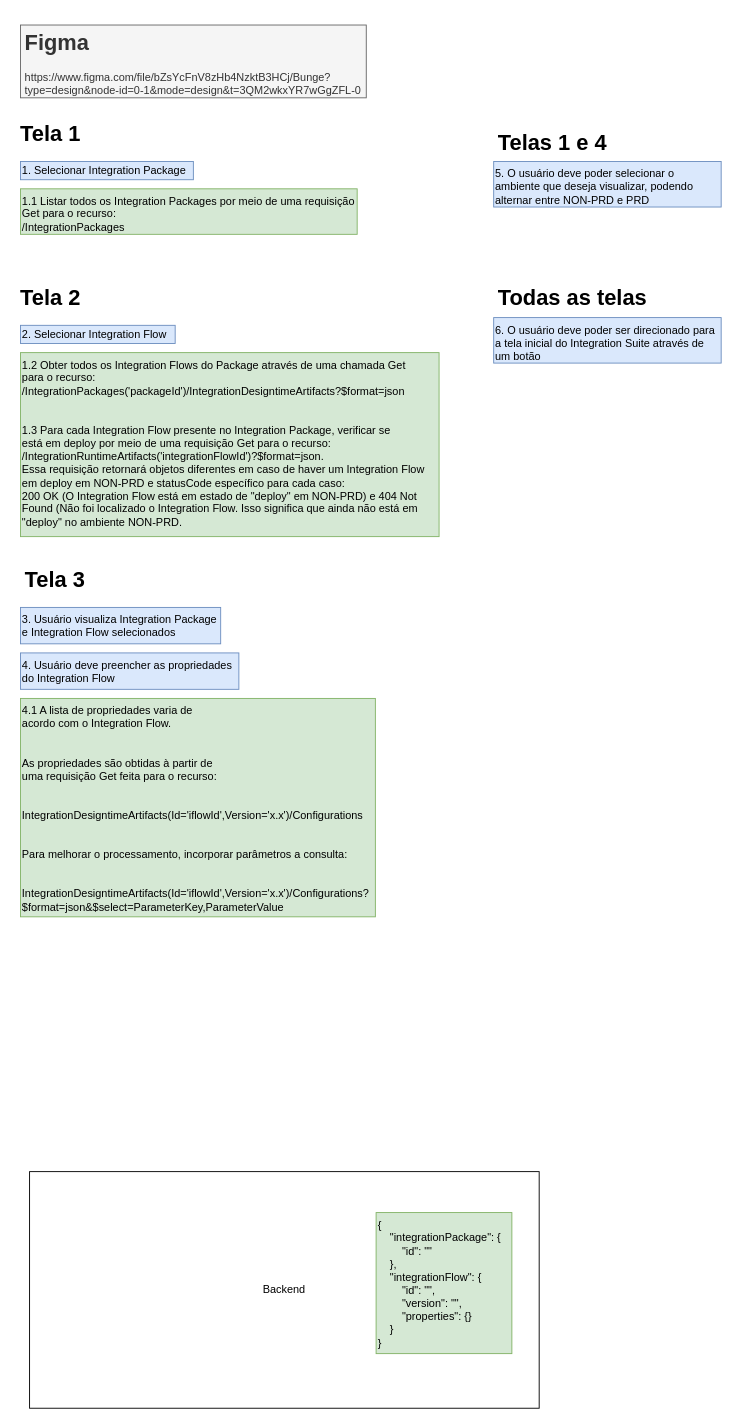
gabriel-rodrigues-f/sap-cloud-integration-architectural-diagrams keeps this draw.io diagram as page "Frontend UseCases" (3 of 5) of cpi-publisher-diagram.drawio. Above is the earlier version. Source tidied: cells renumbered, new cells numbered last; positions are measured from the earlier drawing's top-left corner, leaving out a move shared by most shapes. Both pictures are drawn from the tidied source at 91%, with x=0, y=0 at pixel (15, 25).
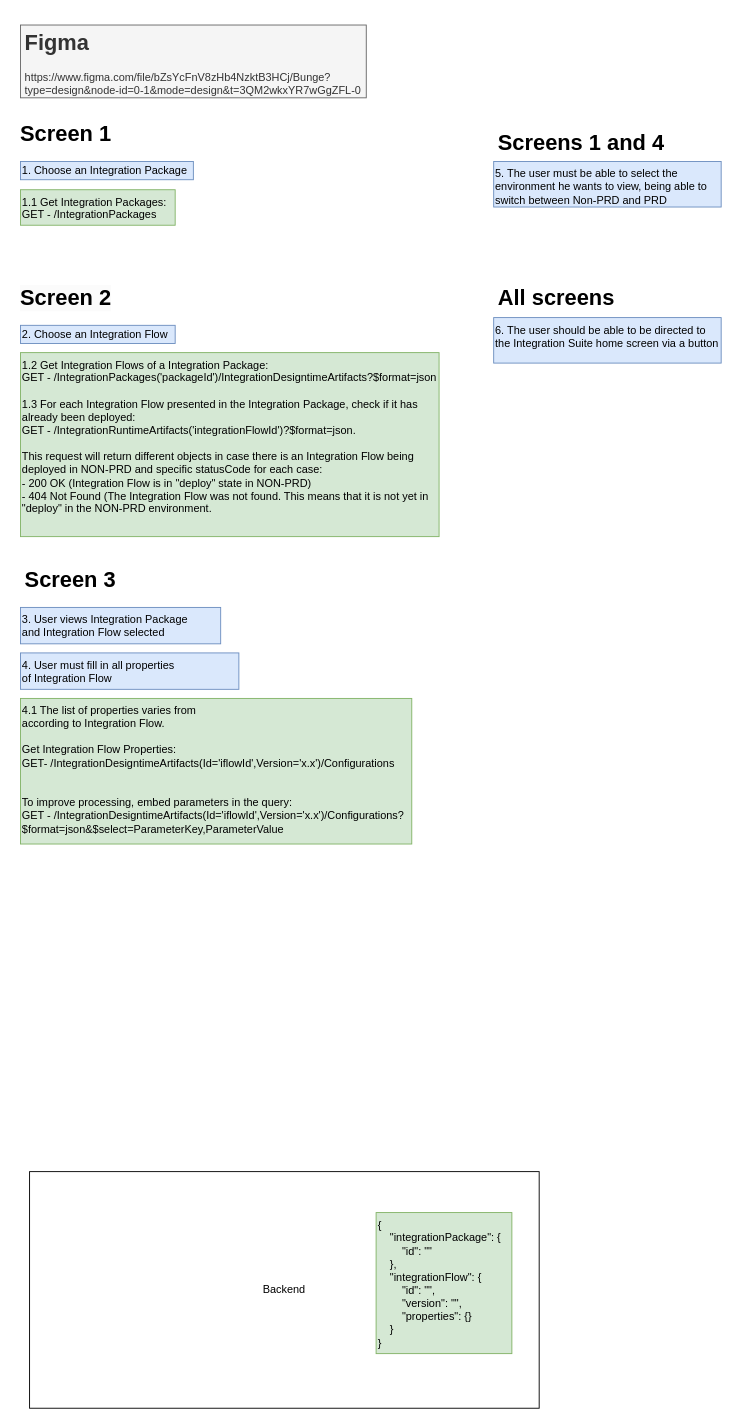
The same diagram, later.

Commit message (it also covers changes not shown here):
update integration usecases

Diff of the diagram source:
```diff
@@
 <mxGraphModel>
   <root>
     <mxCell id="0" />
     <mxCell id="1" parent="0" />
-    <mxCell id="2" value="1.1 Listar todos os Integration Packages por meio de uma requisição&#10;Get para o recurso:&#10;/IntegrationPackages" style="text;whiteSpace=wrap;fillColor=#d5e8d4;strokeColor=#82b366;" parent="1" vertex="1">
-      <mxGeometry x="5" y="180" width="370" height="50" as="geometry" />
+    <mxCell id="2" value="1.1 Get Integration Packages:&#10;GET - /IntegrationPackages" style="text;whiteSpace=wrap;fillColor=#d5e8d4;strokeColor=#82b366;" parent="1" vertex="1">
+      <mxGeometry x="5" y="181" width="170" height="39" as="geometry" />
     </mxCell>
-    <mxCell id="3" value="1.2 Obter todos os Integration Flows do Package através de uma chamada Get&#10;para o recurso:&#10;/IntegrationPackages('packageId')/IntegrationDesigntimeArtifacts?$format=json&#10;&#10;&#10;1.3 Para cada Integration Flow presente no Integration Package, verificar se&#10;está em deploy por meio de uma requisição Get para o recurso:&#10;/IntegrationRuntimeArtifacts('integrationFlowId')?$format=json.&#10;Essa requisição retornará objetos diferentes em caso de haver um Integration Flow em deploy em NON-PRD e statusCode específico para cada caso:&#10;200 OK (O Integration Flow está em estado de &quot;deploy&quot; em NON-PRD) e 404 Not Found (Não foi localizado o Integration Flow. Isso significa que ainda não está em &quot;deploy&quot; no ambiente NON-PRD.&#10;" style="text;whiteSpace=wrap;fillColor=#d5e8d4;strokeColor=#82b366;" parent="1" vertex="1">
+    <mxCell id="3" value="1.2 Get Integration Flows of a Integration Package:&#10;GET - /IntegrationPackages('packageId')/IntegrationDesigntimeArtifacts?$format=json&#10;&#10;1.3 For each Integration Flow presented in the Integration Package, check if it has already been deployed:&#10;GET - /IntegrationRuntimeArtifacts('integrationFlowId')?$format=json.&#10;&#10;This request will return different objects in case there is an Integration Flow being deployed in NON-PRD and specific statusCode for each case:&#10;- 200 OK (Integration Flow is in &quot;deploy&quot; state in NON-PRD)&#10;- 404 Not Found (The Integration Flow was not found. This means that it is not yet in &quot;deploy&quot; in the NON-PRD environment." style="text;whiteSpace=wrap;fillColor=#d5e8d4;strokeColor=#82b366;" parent="1" vertex="1">
       <mxGeometry x="5" y="360" width="460" height="202.2" as="geometry" />
     </mxCell>
-    <mxCell id="4" value="4.1 A lista de propriedades varia de&#10;acordo com o Integration Flow.&#10;&#10;&#10;As propriedades são obtidas à partir de&#10;uma requisição Get feita para o recurso:&#10;&#10;&#10;IntegrationDesigntimeArtifacts(Id='iflowId',Version='x.x')/Configurations&#10;&#10;&#10;Para melhorar o processamento, incorporar parâmetros a consulta:&#10;&#10;&#10;IntegrationDesigntimeArtifacts(Id='iflowId',Version='x.x')/Configurations?$format=json&amp;$select=ParameterKey,ParameterValue" style="text;whiteSpace=wrap;fillColor=#d5e8d4;strokeColor=#82b366;" parent="1" vertex="1">
-      <mxGeometry x="5" y="740" width="390" height="240" as="geometry" />
+    <mxCell id="4" value="4.1 The list of properties varies from&#10;according to Integration Flow.&#10;&#10;Get Integration Flow Properties:&#10;GET- /IntegrationDesigntimeArtifacts(Id='iflowId',Version='x.x')/Configurations&#10;&#10;&#10;To improve processing, embed parameters in the query:&#10;GET - /IntegrationDesigntimeArtifacts(Id='iflowId',Version='x.x')/Configurations?$format=json&amp;$select=ParameterKey,ParameterValue" style="text;whiteSpace=wrap;fillColor=#d5e8d4;strokeColor=#82b366;" parent="1" vertex="1">
+      <mxGeometry x="5" y="740" width="430" height="160" as="geometry" />
     </mxCell>
-    <mxCell id="5" value="1. Selecionar Integration Package" style="text;whiteSpace=wrap;fillColor=#dae8fc;strokeColor=#6c8ebf;verticalAlign=middle;" parent="1" vertex="1">
+    <mxCell id="5" value="1. Choose an Integration Package" style="text;whiteSpace=wrap;fillColor=#dae8fc;strokeColor=#6c8ebf;verticalAlign=middle;" parent="1" vertex="1">
       <mxGeometry x="5" y="150" width="190" height="20" as="geometry" />
     </mxCell>
-    <mxCell id="6" value="2. Selecionar Integration Flow" style="text;whiteSpace=wrap;fillColor=#dae8fc;strokeColor=#6c8ebf;verticalAlign=middle;" parent="1" vertex="1">
+    <mxCell id="6" value="2. Choose an Integration Flow" style="text;whiteSpace=wrap;fillColor=#dae8fc;strokeColor=#6c8ebf;verticalAlign=middle;" parent="1" vertex="1">
       <mxGeometry x="5" y="330" width="170" height="20" as="geometry" />
     </mxCell>
-    <mxCell id="7" value="3. Usuário visualiza Integration Package&#10;e Integration Flow selecionados" style="text;whiteSpace=wrap;fillColor=#dae8fc;strokeColor=#6c8ebf;" parent="1" vertex="1">
+    <mxCell id="7" value="3. User views Integration Package&#10;and Integration Flow selected" style="text;whiteSpace=wrap;fillColor=#dae8fc;strokeColor=#6c8ebf;" parent="1" vertex="1">
       <mxGeometry x="5" y="640" width="220" height="40" as="geometry" />
     </mxCell>
-    <mxCell id="8" value="4. Usuário deve preencher as propriedades &#10;do Integration Flow" style="text;whiteSpace=wrap;fillColor=#dae8fc;strokeColor=#6c8ebf;" parent="1" vertex="1">
+    <mxCell id="8" value="4. User must fill in all properties&#10;of Integration Flow" style="text;whiteSpace=wrap;fillColor=#dae8fc;strokeColor=#6c8ebf;" parent="1" vertex="1">
       <mxGeometry x="5" y="690" width="240" height="40" as="geometry" />
     </mxCell>
     <mxCell id="9" style="group;fillColor=none;" parent="1" vertex="1">
       <mxGeometry x="15" y="1260" width="560" height="260" as="geometry" />
     </mxCell>
     <mxCell id="10" value="Backend" style="rounded=0;whiteSpace=wrap;html=1;fillColor=none;" parent="9" vertex="1">
       <mxGeometry width="560" height="260" as="geometry" />
     </mxCell>
     <mxCell id="11" value="{&#10;    &quot;integrationPackage&quot;: {&#10;        &quot;id&quot;: &quot;&quot;&#10;    },&#10;    &quot;integrationFlow&quot;: {&#10;        &quot;id&quot;: &quot;&quot;,&#10;        &quot;version&quot;: &quot;&quot;,&#10;        &quot;properties&quot;: {}&#10;    }&#10;}" style="text;whiteSpace=wrap;fillColor=#d5e8d4;strokeColor=#82b366;" parent="9" vertex="1">
       <mxGeometry x="380.8" y="45" width="149.2" height="155" as="geometry" />
     </mxCell>
-    <mxCell id="12" value="6. O usuário deve poder ser direcionado para a tela inicial do Integration Suite através de um botão" style="text;whiteSpace=wrap;fillColor=#dae8fc;strokeColor=#6c8ebf;" parent="1" vertex="1">
+    <mxCell id="12" value="6. The user should be able to be directed to the Integration Suite home screen via a button" style="text;whiteSpace=wrap;fillColor=#dae8fc;strokeColor=#6c8ebf;" parent="1" vertex="1">
       <mxGeometry x="525" y="321.5" width="250" height="50" as="geometry" />
     </mxCell>
-    <mxCell id="13" value="5. O usuário deve poder selecionar o ambiente que deseja visualizar, podendo alternar entre NON-PRD e PRD" style="text;whiteSpace=wrap;fillColor=#dae8fc;strokeColor=#6c8ebf;" parent="1" vertex="1">
+    <mxCell id="13" value="5. The user must be able to select the environment he wants to view, being able to switch between Non-PRD and PRD" style="text;whiteSpace=wrap;fillColor=#dae8fc;strokeColor=#6c8ebf;" parent="1" vertex="1">
       <mxGeometry x="525" y="150" width="250" height="50" as="geometry" />
     </mxCell>
-    <mxCell id="14" value="&lt;h1&gt;Tela 1&lt;/h1&gt;&lt;p&gt;&lt;br&gt;&lt;/p&gt;" style="text;html=1;strokeColor=none;fillColor=none;spacing=5;spacingTop=-20;whiteSpace=wrap;overflow=hidden;rounded=0;" parent="1" vertex="1">
-      <mxGeometry y="100" width="75" height="35" as="geometry" />
+    <mxCell id="14" value="&lt;h1&gt;Screen 1&lt;/h1&gt;" style="text;html=1;strokeColor=none;fillColor=none;spacing=5;spacingTop=-20;whiteSpace=wrap;overflow=hidden;rounded=0;" parent="1" vertex="1">
+      <mxGeometry y="100" width="115" height="35" as="geometry" />
     </mxCell>
-    <mxCell id="15" value="&lt;h1&gt;Tela 2&lt;/h1&gt;" style="text;html=1;strokeColor=none;fillColor=none;spacing=5;spacingTop=-20;whiteSpace=wrap;overflow=hidden;rounded=0;" parent="1" vertex="1">
-      <mxGeometry y="280" width="80" height="41.5" as="geometry" />
+    <mxCell id="15" value="&lt;h1 style=&quot;border-color: var(--border-color); color: rgb(0, 0, 0); font-family: Helvetica; font-style: normal; font-variant-ligatures: normal; font-variant-caps: normal; letter-spacing: normal; orphans: 2; text-align: left; text-indent: 0px; text-transform: none; widows: 2; word-spacing: 0px; -webkit-text-stroke-width: 0px; background-color: rgb(251, 251, 251); text-decoration-thickness: initial; text-decoration-style: initial; text-decoration-color: initial;&quot;&gt;Screen 2&lt;/h1&gt;" style="text;html=1;strokeColor=none;fillColor=none;spacing=5;spacingTop=-20;whiteSpace=wrap;overflow=hidden;rounded=0;" parent="1" vertex="1">
+      <mxGeometry y="280" width="115" height="41.5" as="geometry" />
     </mxCell>
-    <mxCell id="16" value="&lt;h1&gt;Tela 3&lt;/h1&gt;&lt;p&gt;&lt;br&gt;&lt;/p&gt;" style="text;html=1;strokeColor=none;fillColor=none;spacing=5;spacingTop=-20;whiteSpace=wrap;overflow=hidden;rounded=0;" parent="1" vertex="1">
-      <mxGeometry x="5" y="589.5" width="75" height="31" as="geometry" />
+    <mxCell id="16" value="&lt;h1 style=&quot;border-color: var(--border-color);&quot;&gt;Screen 3&lt;/h1&gt;" style="text;html=1;strokeColor=none;fillColor=none;spacing=5;spacingTop=-20;whiteSpace=wrap;overflow=hidden;rounded=0;" parent="1" vertex="1">
+      <mxGeometry x="5" y="589.5" width="110" height="31" as="geometry" />
     </mxCell>
     <mxCell id="17" value="&lt;h1&gt;Figma&lt;/h1&gt;&lt;p&gt;https://www.figma.com/file/bZsYcFnV8zHb4NzktB3HCj/Bunge?type=design&amp;amp;node-id=0-1&amp;amp;mode=design&amp;amp;t=3QM2wkxYR7wGgZFL-0&lt;br&gt;&lt;/p&gt;" style="text;html=1;strokeColor=#666666;fillColor=#f5f5f5;spacing=5;spacingTop=-20;whiteSpace=wrap;overflow=hidden;rounded=0;fontColor=#333333;" parent="1" vertex="1">
       <mxGeometry x="5" width="380" height="80" as="geometry" />
     </mxCell>
-    <mxCell id="18" value="&lt;h1&gt;Telas 1 e 4&lt;/h1&gt;" style="text;html=1;strokeColor=none;fillColor=none;spacing=5;spacingTop=-20;whiteSpace=wrap;overflow=hidden;rounded=0;" parent="1" vertex="1">
-      <mxGeometry x="525" y="110" width="130" height="35" as="geometry" />
+    <mxCell id="18" value="&lt;h1&gt;Screens 1 and 4&lt;/h1&gt;" style="text;html=1;strokeColor=none;fillColor=none;spacing=5;spacingTop=-20;whiteSpace=wrap;overflow=hidden;rounded=0;" parent="1" vertex="1">
+      <mxGeometry x="525" y="110" width="200" height="35" as="geometry" />
     </mxCell>
-    <mxCell id="19" value="&lt;h1&gt;Todas as telas&lt;/h1&gt;" style="text;html=1;strokeColor=none;fillColor=none;spacing=5;spacingTop=-20;whiteSpace=wrap;overflow=hidden;rounded=0;" parent="1" vertex="1">
+    <mxCell id="19" value="&lt;h1&gt;All screens&lt;/h1&gt;" style="text;html=1;strokeColor=none;fillColor=none;spacing=5;spacingTop=-20;whiteSpace=wrap;overflow=hidden;rounded=0;" parent="1" vertex="1">
       <mxGeometry x="525" y="280" width="180" height="35" as="geometry" />
     </mxCell>
   </root>
 </mxGraphModel>
```
